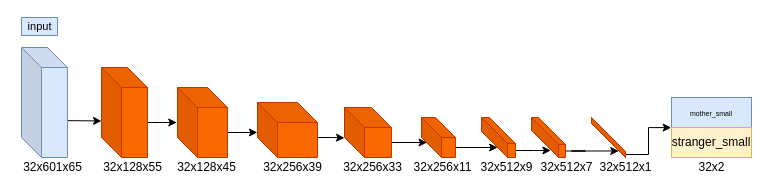
The draw.io diagram EEG.drawio in FangYang970206/draw.io, before the edit. Source tidied: cells renumbered, new cells numbered last; positions are measured from the earlier drawing's top-left corner, leaving out a move shared by most shapes. Both pictures are drawn from the tidied source at 100%, with x=0, y=0 at pixel (17, 17).
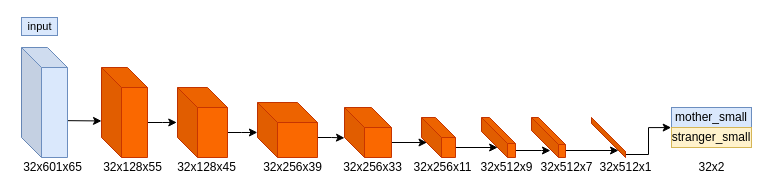
The same diagram, later.

The change refers to these unchanged cells:
```xml
<mxCell id="23" style="shape=cube;whiteSpace=wrap;html=1;boundedLbl=1;backgroundOutline=1;darkOpacity=0.05;darkOpacity2=0.1;fontColor=#ffffff;fillColor=#fa6800;strokeColor=#C73500;size=26;" parent="1" vertex="1">
  <mxGeometry x="464" y="100" width="34" height="40" as="geometry" />
</mxCell>
<mxCell id="25" style="shape=cube;whiteSpace=wrap;html=1;boundedLbl=1;backgroundOutline=1;darkOpacity=0.05;darkOpacity2=0.1;fontColor=#ffffff;fillColor=#fa6800;strokeColor=#C73500;size=27;" parent="1" vertex="1">
  <mxGeometry x="514" y="100" width="34" height="40" as="geometry" />
</mxCell>
<mxCell id="28" style="shape=cube;whiteSpace=wrap;html=1;boundedLbl=1;backgroundOutline=1;darkOpacity=0.05;darkOpacity2=0.1;fontColor=#ffffff;fillColor=#fa6800;strokeColor=#C73500;size=34;" parent="1" vertex="1">
  <mxGeometry x="574" y="100" width="34" height="40" as="geometry" />
</mxCell>
```

Change to the diagram source:
```diff
@@
-    <mxCell id="22" style="edgeStyle=orthogonalEdgeStyle;rounded=0;jettySize=auto;html=1;exitX=0;exitY=0;exitDx=34;exitDy=33;exitPerimeter=0;entryX=0.57;entryY=0.824;entryDx=0;entryDy=0;entryPerimeter=0;" parent="1" edge="1" source="23" target="25">
+    <mxCell id="22" style="edgeStyle=orthogonalEdgeStyle;rounded=0;jettySize=auto;html=1;exitX=0;exitY=0;exitDx=34;exitDy=33;exitPerimeter=0;entryX=0.558;entryY=0.827;entryDx=0;entryDy=0;entryPerimeter=0;" parent="1" edge="1" source="23" target="25">
       <mxGeometry relative="1" as="geometry">
         <Array as="points">
-          <mxPoint x="516" y="133" />
+          <mxPoint x="524" y="133" />
         </Array>
       </mxGeometry>
     </mxCell>
@@
-    <mxCell id="24" style="edgeStyle=orthogonalEdgeStyle;rounded=0;jettySize=auto;html=1;exitX=0;exitY=0;exitDx=34;exitDy=33.5;exitPerimeter=0;entryX=0.801;entryY=0.837;entryDx=0;entryDy=0;entryPerimeter=0;" parent="1" edge="1" source="25" target="28">
-      <mxGeometry relative="1" as="geometry" />
+    <mxCell id="24" style="edgeStyle=orthogonalEdgeStyle;rounded=0;jettySize=auto;html=1;exitX=0;exitY=0;exitDx=34;exitDy=33.5;exitPerimeter=0;" parent="1" edge="1" source="25">
+      <mxGeometry relative="1" as="geometry">
+        <mxPoint x="601" y="133" as="targetPoint" />
+        <Array as="points">
+          <mxPoint x="601" y="133" />
+          <mxPoint x="601" y="133" />
+        </Array>
+      </mxGeometry>
     </mxCell>
@@
-    <mxCell id="30" value="&lt;font style=&quot;font-size: 7px&quot;&gt;mother_small&lt;/font&gt;" style="rounded=0;whiteSpace=wrap;html=1;fillColor=#dae8fc;strokeColor=#6c8ebf;" parent="1" vertex="1">
-      <mxGeometry x="654" y="80" width="80" height="30" as="geometry" />
+    <mxCell id="30" value="&lt;font style=&quot;font-size: 12px&quot;&gt;mother_small&lt;/font&gt;" style="rounded=0;whiteSpace=wrap;html=1;fillColor=#dae8fc;strokeColor=#6c8ebf;" parent="1" vertex="1">
+      <mxGeometry x="654" y="90" width="80" height="20" as="geometry" />
     </mxCell>
     <mxCell id="31" value="&lt;span&gt;stranger_small&lt;/span&gt;" style="rounded=0;whiteSpace=wrap;html=1;fillColor=#fff2cc;strokeColor=#d6b656;" parent="1" vertex="1">
-      <mxGeometry x="654" y="110" width="80" height="30" as="geometry" />
+      <mxGeometry x="654" y="110" width="80" height="20" as="geometry" />
     </mxCell>
```
